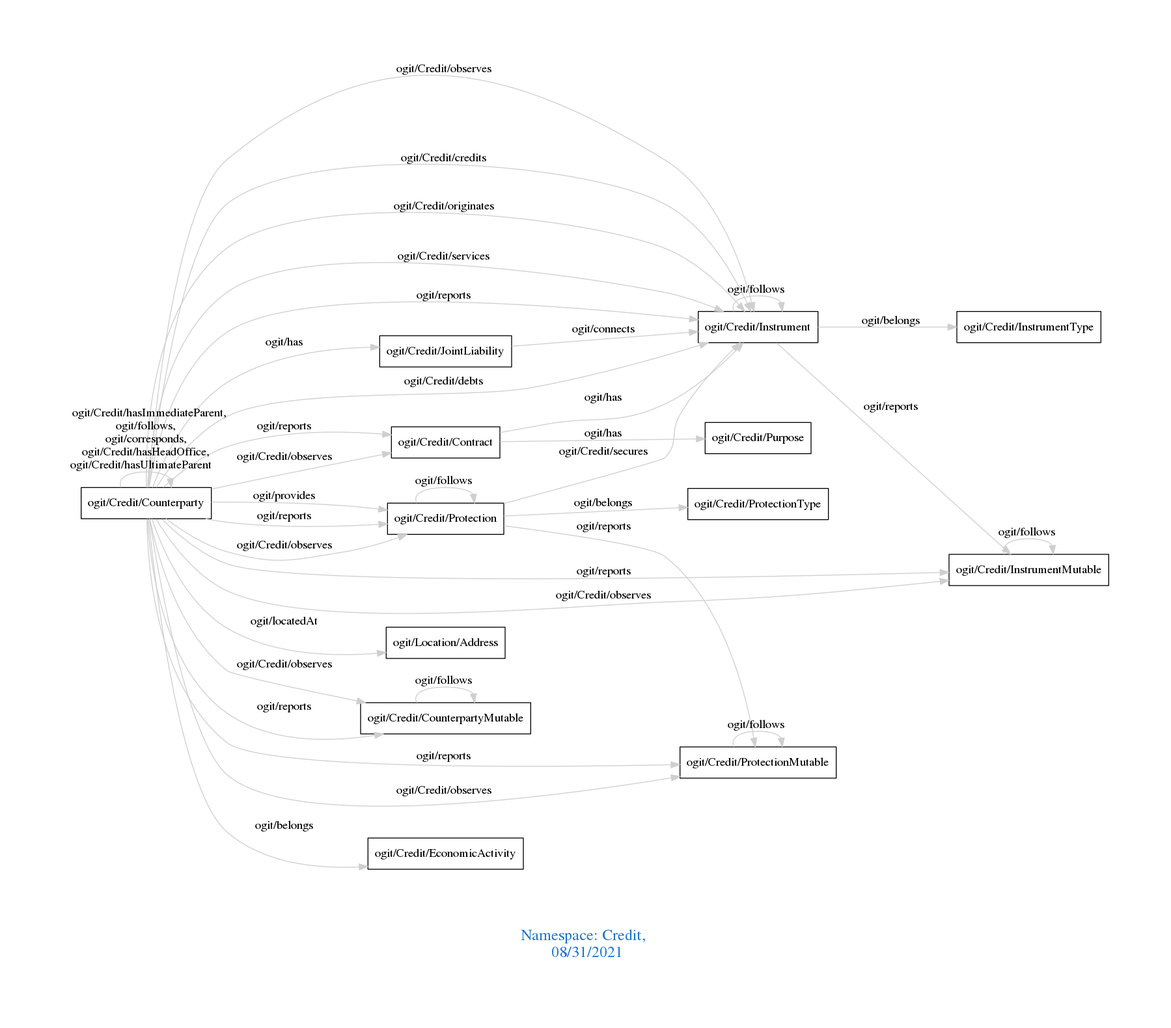
This is downloads/Credit.png from arago/OGIT, a Graphviz export, as it was before one commit. Its source is kept beside it as downloads/Credit.dot.
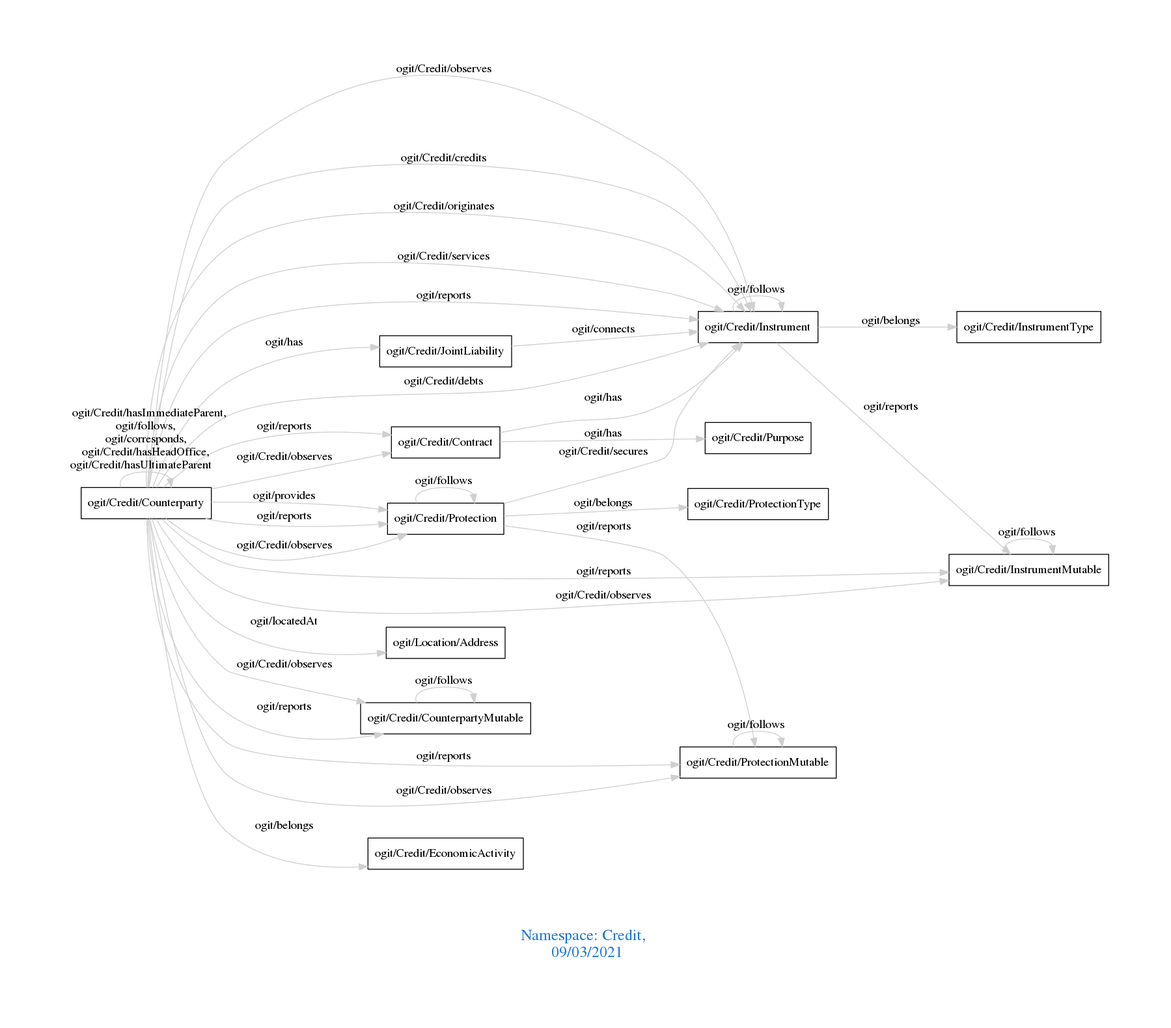
The same diagram one commit later.

The edit, as a diff of the source:
```diff
@@ -1,7 +1,7 @@
 digraph OGIT_ontology {
  graph [ rankdir= LR,pad=1
 fontsize = 18,
-fontcolor= dodgerblue3,label = "\n\n\nNamespace: Credit, \n 08/31/2021"];
+fontcolor= dodgerblue3,label = "\n\n\nNamespace: Credit, \n 09/03/2021"];
 node[shape=polygon];
 edge [  color="gray81"];
 
```
